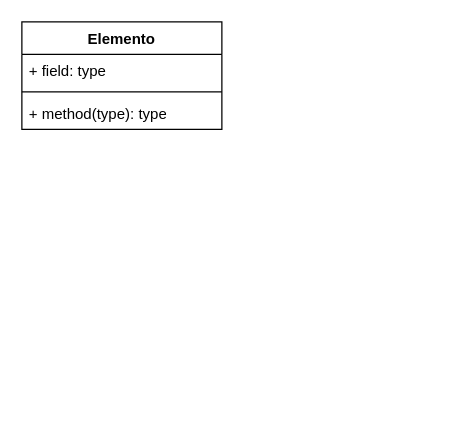
This is src/EmpresaMobiliarioModular/4apruebaevaluación.drawio from ziscom77/4aprueba, a draw.io file, before an edit. Source tidied: cells renumbered, new cells numbered last; positions are measured from the earlier drawing's top-left corner, leaving out a move shared by most shapes. Both pictures are drawn from the tidied source at 125%, with x=0, y=0 at pixel (21, 21).
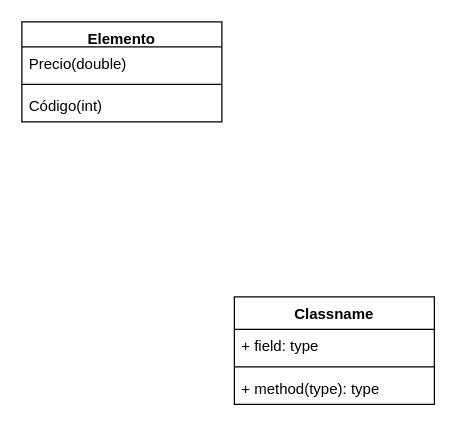
The same diagram, later.

Diff of the diagram source:
```diff
@@
 <mxGraphModel>
   <root>
     <mxCell id="0" />
     <mxCell id="1" parent="0" />
-    <mxCell id="2" value="Elemento" style="swimlane;fontStyle=1;align=center;verticalAlign=top;horizontal=1;startSize=26;whiteSpace=wrap;html=1;" parent="1" vertex="1">
-      <mxGeometry width="160" height="86" as="geometry" />
+    <mxCell id="2" value="Elemento" style="swimlane;fontStyle=1;align=center;verticalAlign=top;horizontal=1;startSize=20;whiteSpace=wrap;html=1;" parent="1" vertex="1">
+      <mxGeometry width="160" height="80" as="geometry" />
     </mxCell>
-    <mxCell id="3" value="+ field: type" style="text;strokeColor=none;fillColor=none;align=left;verticalAlign=top;spacingLeft=4;spacingRight=4;overflow=hidden;whiteSpace=wrap;html=1;" parent="2" vertex="1">
-      <mxGeometry y="26" width="160" height="26" as="geometry" />
+    <mxCell id="3" value="Precio(double)" style="text;strokeColor=none;fillColor=none;align=left;verticalAlign=top;spacingLeft=4;spacingRight=4;overflow=hidden;whiteSpace=wrap;html=1;" parent="2" vertex="1">
+      <mxGeometry y="20" width="160" height="26" as="geometry" />
     </mxCell>
     <mxCell id="4" style="line;strokeWidth=1;fillColor=none;align=left;verticalAlign=middle;spacingTop=-1;spacingLeft=3;spacingRight=3;labelPosition=right;strokeColor=inherit;" parent="2" vertex="1">
-      <mxGeometry y="52" width="160" height="8" as="geometry" />
+      <mxGeometry y="46" width="160" height="8" as="geometry" />
     </mxCell>
-    <mxCell id="5" value="+ method(type): type" style="text;strokeColor=none;fillColor=none;align=left;verticalAlign=top;spacingLeft=4;spacingRight=4;overflow=hidden;whiteSpace=wrap;html=1;" parent="2" vertex="1">
-      <mxGeometry y="60" width="160" height="26" as="geometry" />
+    <mxCell id="5" value="Código(int)" style="text;strokeColor=none;fillColor=none;align=left;verticalAlign=top;spacingLeft=4;spacingRight=4;overflow=hidden;whiteSpace=wrap;html=1;" parent="2" vertex="1">
+      <mxGeometry y="54" width="160" height="26" as="geometry" />
     </mxCell>
+    <mxCell id="6" value="Classname" style="swimlane;fontStyle=1;align=center;verticalAlign=top;horizontal=1;startSize=26;whiteSpace=wrap;html=1;" parent="1" vertex="1">
+      <mxGeometry x="170" y="220" width="160" height="86" as="geometry" />
+    </mxCell>
+    <mxCell id="7" value="+ field: type" style="text;strokeColor=none;fillColor=none;align=left;verticalAlign=top;spacingLeft=4;spacingRight=4;overflow=hidden;whiteSpace=wrap;html=1;" parent="6" vertex="1">
+      <mxGeometry y="26" width="160" height="26" as="geometry" />
+    </mxCell>
+    <mxCell id="8" style="line;strokeWidth=1;fillColor=none;align=left;verticalAlign=middle;spacingTop=-1;spacingLeft=3;spacingRight=3;labelPosition=right;strokeColor=inherit;" parent="6" vertex="1">
+      <mxGeometry y="52" width="160" height="8" as="geometry" />
+    </mxCell>
+    <mxCell id="9" value="+ method(type): type" style="text;strokeColor=none;fillColor=none;align=left;verticalAlign=top;spacingLeft=4;spacingRight=4;overflow=hidden;whiteSpace=wrap;html=1;" parent="6" vertex="1">
+      <mxGeometry y="60" width="160" height="26" as="geometry" />
+    </mxCell>
   </root>
 </mxGraphModel>
```
